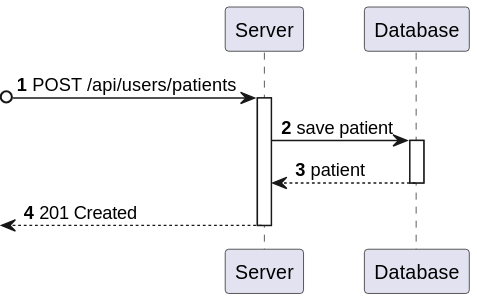
Before: docs/sprint-a/us-5.1.3/views/level3/process-view.svg, a diagram exported from PlantUML (1220846/sem5pi-24-25-3ddg20).
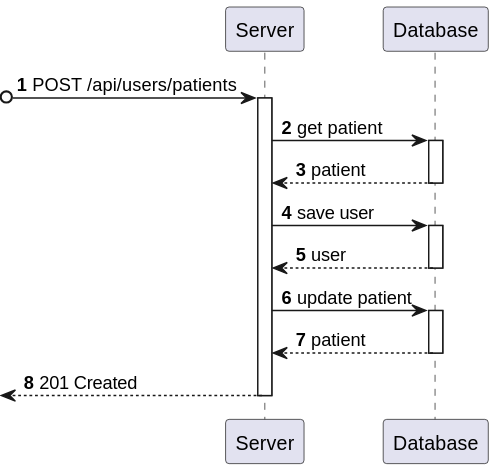
Later version of the same file.

Commit message:
docs: update process-view level 3 #3

Change to the diagram source:
```diff
@@ -8,7 +8,23 @@
 
 activate Server
 
-    Server -> Database : save patient
+    Server -> Database : get patient
+
+    activate Database
+
+        Database --> Server : patient
+
+    deactivate Database
+
+    Server -> Database : save user
+
+    activate Database
+
+        Database --> Server : user
+
+    deactivate Database
+
+    Server -> Database : update patient
 
     activate Database
 
```
